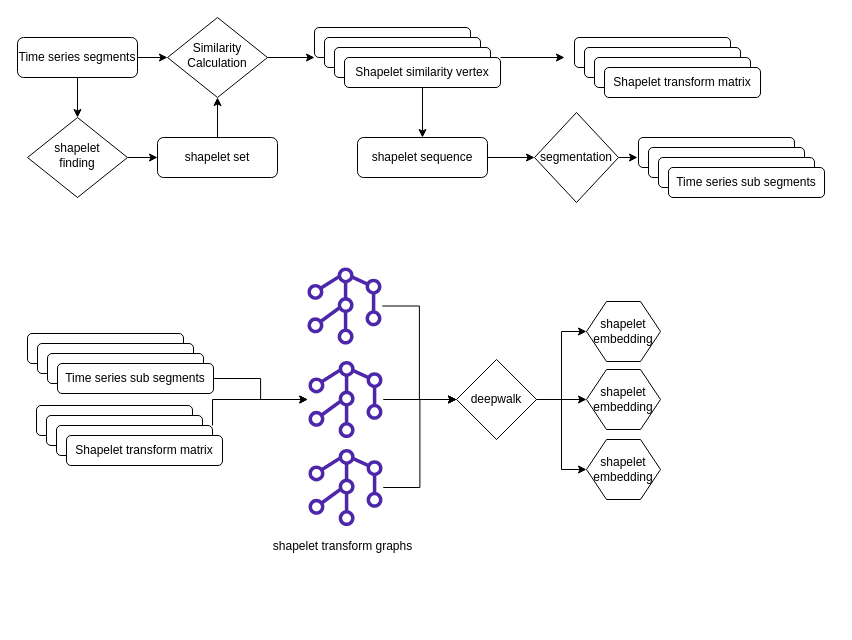
Before: page "framework" (7 of 12) of ALL.drawio in roleecorn/drawio, a draw.io diagram. Source tidied: cells renumbered, new cells numbered last; positions are measured from the earlier drawing's top-left corner, leaving out a move shared by most shapes. Both pictures are drawn from the tidied source at 100%, with x=0, y=0 at pixel (17, 17).
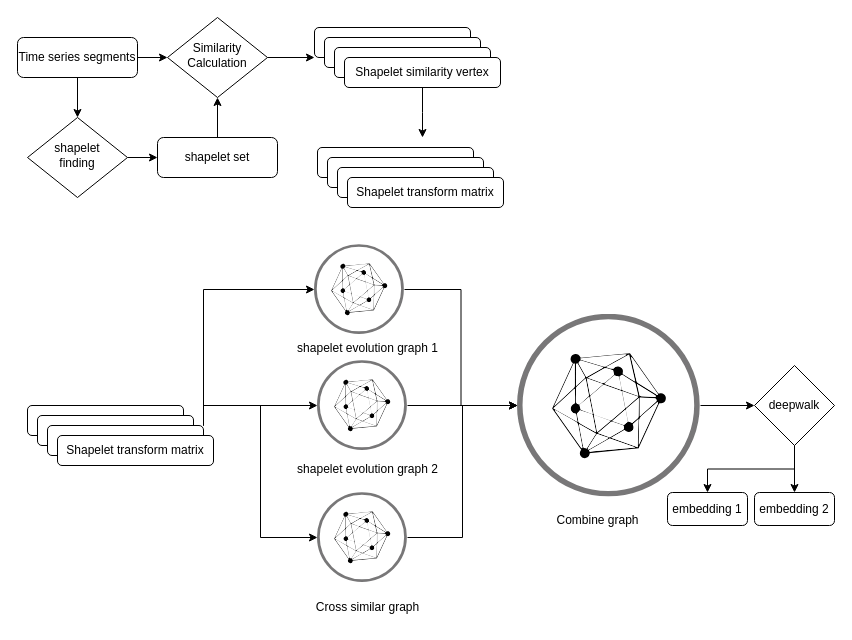
Above is the later version.

Unchanged cells that the change refers to:
```xml
<mxCell id="14" value="Shapelet similarity vertex" style="rounded=1;whiteSpace=wrap;html=1;fontSize=12;glass=0;strokeWidth=1;shadow=0;" parent="10" vertex="1">
  <mxGeometry x="30" y="30" width="156" height="30" as="geometry" />
</mxCell>
<mxCell id="25" style="rounded=1;whiteSpace=wrap;html=1;fontSize=12;glass=0;strokeWidth=1;shadow=0;" parent="22" vertex="1">
  <mxGeometry x="20" y="20" width="156" height="30" as="geometry" />
</mxCell>
```

The edit, as a diff of the source:
```diff
@@
-    <mxCell id="15" style="group;" parent="1" vertex="1">
-      <mxGeometry x="10" y="316" width="186" height="60" as="geometry" />
-    </mxCell>
-    <mxCell id="16" style="rounded=1;whiteSpace=wrap;html=1;fontSize=12;glass=0;strokeWidth=1;shadow=0;" parent="15" vertex="1">
-      <mxGeometry width="156" height="30" as="geometry" />
-    </mxCell>
-    <mxCell id="17" style="rounded=1;whiteSpace=wrap;html=1;fontSize=12;glass=0;strokeWidth=1;shadow=0;" parent="15" vertex="1">
-      <mxGeometry x="10" y="10" width="156" height="30" as="geometry" />
-    </mxCell>
-    <mxCell id="18" style="rounded=1;whiteSpace=wrap;html=1;fontSize=12;glass=0;strokeWidth=1;shadow=0;" parent="15" vertex="1">
-      <mxGeometry x="20" y="20" width="156" height="30" as="geometry" />
-    </mxCell>
-    <mxCell id="19" value="Time series sub segments" style="rounded=1;whiteSpace=wrap;html=1;fontSize=12;glass=0;strokeWidth=1;shadow=0;" parent="15" vertex="1">
-      <mxGeometry x="30" y="30" width="156" height="30" as="geometry" />
-    </mxCell>
-    <mxCell id="20" style="endArrow=classic;html=1;rounded=0;exitX=1;exitY=0;exitDx=0;exitDy=0;" parent="1" edge="1" source="14">
-      <mxGeometry relative="1" as="geometry">
-        <mxPoint x="547" y="40" as="targetPoint" />
-      </mxGeometry>
-    </mxCell>
@@
     <mxCell id="22" style="group;" parent="1" vertex="1">
-      <mxGeometry x="19" y="388" width="186" height="60" as="geometry" />
+      <mxGeometry x="10" y="388" width="186" height="60" as="geometry" />
     </mxCell>
@@
-    <mxCell id="27" style="edgeStyle=orthogonalEdgeStyle;rounded=0;jettySize=auto;html=1;entryX=0;entryY=0.5;entryDx=0;entryDy=0;" parent="1" edge="1" source="28" target="37">
-      <mxGeometry relative="1" as="geometry" />
-    </mxCell>
-    <mxCell id="28" style="sketch=0;outlineConnect=0;fontColor=#232F3E;gradientColor=none;fillColor=#4D27AA;strokeColor=none;dashed=0;verticalLabelPosition=bottom;verticalAlign=top;align=center;html=1;fontSize=12;fontStyle=0;shape=mxgraph.aws4.mesh;direction=west;" parent="1" vertex="1">
-      <mxGeometry x="288" y="250" width="78" height="77" as="geometry" />
-    </mxCell>
-    <mxCell id="29" style="edgeStyle=orthogonalEdgeStyle;rounded=0;jettySize=auto;html=1;" parent="1" edge="1" source="30">
-      <mxGeometry relative="1" as="geometry">
-        <mxPoint x="439" y="382" as="targetPoint" />
-      </mxGeometry>
-    </mxCell>
-    <mxCell id="30" style="sketch=0;outlineConnect=0;fontColor=#232F3E;gradientColor=none;fillColor=#4D27AA;strokeColor=none;dashed=0;verticalLabelPosition=bottom;verticalAlign=top;align=center;html=1;fontSize=12;fontStyle=0;shape=mxgraph.aws4.mesh;direction=west;" parent="1" vertex="1">
-      <mxGeometry x="289" y="343.5" width="78" height="77" as="geometry" />
-    </mxCell>
-    <mxCell id="31" style="edgeStyle=orthogonalEdgeStyle;rounded=0;jettySize=auto;html=1;entryX=0;entryY=0.5;entryDx=0;entryDy=0;" parent="1" edge="1" source="32" target="37">
-      <mxGeometry relative="1" as="geometry" />
-    </mxCell>
-    <mxCell id="32" style="sketch=0;outlineConnect=0;fontColor=#232F3E;gradientColor=none;fillColor=#4D27AA;strokeColor=none;dashed=0;verticalLabelPosition=bottom;verticalAlign=top;align=center;html=1;fontSize=12;fontStyle=0;shape=mxgraph.aws4.mesh;direction=west;" parent="1" vertex="1">
-      <mxGeometry x="289" y="431.5" width="78" height="77" as="geometry" />
-    </mxCell>
-    <mxCell id="33" value="shapelet transform graphs" style="text;html=1;align=center;verticalAlign=middle;strokeColor=none;fillColor=none;" parent="1" vertex="1">
-      <mxGeometry x="245" y="514" width="160" height="30" as="geometry" />
-    </mxCell>
-    <mxCell id="34" style="edgeStyle=orthogonalEdgeStyle;rounded=0;jettySize=auto;html=1;exitX=1;exitY=0.5;exitDx=0;exitDy=0;entryX=0;entryY=0.5;entryDx=0;entryDy=0;" parent="1" edge="1" source="37" target="38">
-      <mxGeometry relative="1" as="geometry" />
-    </mxCell>
-    <mxCell id="35" style="edgeStyle=orthogonalEdgeStyle;rounded=0;jettySize=auto;html=1;exitX=1;exitY=0.5;exitDx=0;exitDy=0;entryX=0;entryY=0.5;entryDx=0;entryDy=0;" parent="1" edge="1" source="37" target="39">
-      <mxGeometry relative="1" as="geometry" />
-    </mxCell>
-    <mxCell id="36" style="edgeStyle=orthogonalEdgeStyle;rounded=0;jettySize=auto;html=1;exitX=1;exitY=0.5;exitDx=0;exitDy=0;entryX=0;entryY=0.5;entryDx=0;entryDy=0;" parent="1" edge="1" source="37" target="40">
-      <mxGeometry relative="1" as="geometry" />
-    </mxCell>
+    <mxCell id="58" style="edgeStyle=orthogonalEdgeStyle;rounded=0;jettySize=auto;html=1;exitX=0.5;exitY=1;exitDx=0;exitDy=0;entryX=0.5;entryY=0;entryDx=0;entryDy=0;" parent="1" edge="1" source="37" target="74">
+      <mxGeometry relative="1" as="geometry" />
+    </mxCell>
+    <mxCell id="59" style="edgeStyle=orthogonalEdgeStyle;rounded=0;jettySize=auto;html=1;exitX=0.5;exitY=1;exitDx=0;exitDy=0;" parent="1" edge="1" source="37" target="75">
+      <mxGeometry relative="1" as="geometry" />
+    </mxCell>
     <mxCell id="37" value="deepwalk" style="rhombus;whiteSpace=wrap;html=1;" parent="1" vertex="1">
-      <mxGeometry x="439" y="342" width="80" height="80" as="geometry" />
+      <mxGeometry x="737" y="348" width="80" height="80" as="geometry" />
     </mxCell>
-    <mxCell id="38" value="shapelet embedding" style="shape=hexagon;perimeter=hexagonPerimeter2;whiteSpace=wrap;html=1;fixedSize=1;" parent="1" vertex="1">
-      <mxGeometry x="569" y="284" width="74" height="60" as="geometry" />
-    </mxCell>
-    <mxCell id="39" value="shapelet embedding" style="shape=hexagon;perimeter=hexagonPerimeter2;whiteSpace=wrap;html=1;fixedSize=1;" parent="1" vertex="1">
-      <mxGeometry x="569" y="352" width="74" height="60" as="geometry" />
-    </mxCell>
-    <mxCell id="40" value="shapelet embedding" style="shape=hexagon;perimeter=hexagonPerimeter2;whiteSpace=wrap;html=1;fixedSize=1;" parent="1" vertex="1">
-      <mxGeometry x="569" y="422" width="74" height="60" as="geometry" />
-    </mxCell>
-    <mxCell id="41" style="edgeStyle=orthogonalEdgeStyle;rounded=0;jettySize=auto;html=1;exitX=1;exitY=0.5;exitDx=0;exitDy=0;entryX=0;entryY=0.5;entryDx=0;entryDy=0;" parent="1" edge="1" source="42" target="44">
-      <mxGeometry relative="1" as="geometry" />
-    </mxCell>
-    <mxCell id="42" value="shapelet sequence" style="rounded=1;whiteSpace=wrap;html=1;" parent="1" vertex="1">
-      <mxGeometry x="340" y="120" width="130" height="40" as="geometry" />
-    </mxCell>
-    <mxCell id="43" style="edgeStyle=orthogonalEdgeStyle;rounded=0;jettySize=auto;html=1;exitX=1;exitY=0.5;exitDx=0;exitDy=0;" parent="1" edge="1" source="44">
-      <mxGeometry relative="1" as="geometry">
-        <mxPoint x="620" y="140" as="targetPoint" />
-      </mxGeometry>
-    </mxCell>
-    <mxCell id="44" value="segmentation" style="rhombus;whiteSpace=wrap;html=1;" parent="1" vertex="1">
-      <mxGeometry x="517" y="95" width="84" height="90" as="geometry" />
-    </mxCell>
-    <mxCell id="45" style="edgeStyle=orthogonalEdgeStyle;rounded=0;jettySize=auto;html=1;exitX=0.5;exitY=1;exitDx=0;exitDy=0;entryX=0.5;entryY=0;entryDx=0;entryDy=0;" parent="1" edge="1" source="14" target="42">
-      <mxGeometry relative="1" as="geometry" />
+    <mxCell id="45" style="edgeStyle=orthogonalEdgeStyle;rounded=0;jettySize=auto;html=1;exitX=0.5;exitY=1;exitDx=0;exitDy=0;entryX=0.5;entryY=0;entryDx=0;entryDy=0;" parent="1" edge="1" source="14">
+      <mxGeometry relative="1" as="geometry">
+        <mxPoint x="405" y="120" as="targetPoint" />
+      </mxGeometry>
     </mxCell>
     <mxCell id="46" style="group;" parent="1" vertex="1">
-      <mxGeometry x="557" y="20" width="186" height="60" as="geometry" />
+      <mxGeometry x="300" y="130" width="186" height="60" as="geometry" />
     </mxCell>
@@
-    <mxCell id="51" style="group;" parent="1" vertex="1">
-      <mxGeometry x="621" y="120" width="186" height="60" as="geometry" />
-    </mxCell>
-    <mxCell id="52" style="rounded=1;whiteSpace=wrap;html=1;fontSize=12;glass=0;strokeWidth=1;shadow=0;" parent="51" vertex="1">
-      <mxGeometry width="156" height="30" as="geometry" />
-    </mxCell>
-    <mxCell id="53" style="rounded=1;whiteSpace=wrap;html=1;fontSize=12;glass=0;strokeWidth=1;shadow=0;" parent="51" vertex="1">
-      <mxGeometry x="10" y="10" width="156" height="30" as="geometry" />
-    </mxCell>
-    <mxCell id="54" style="rounded=1;whiteSpace=wrap;html=1;fontSize=12;glass=0;strokeWidth=1;shadow=0;" parent="51" vertex="1">
-      <mxGeometry x="20" y="20" width="156" height="30" as="geometry" />
-    </mxCell>
-    <mxCell id="55" value="Time series sub segments" style="rounded=1;whiteSpace=wrap;html=1;fontSize=12;glass=0;strokeWidth=1;shadow=0;" parent="51" vertex="1">
-      <mxGeometry x="30" y="30" width="156" height="30" as="geometry" />
-    </mxCell>
-    <mxCell id="56" style="edgeStyle=orthogonalEdgeStyle;rounded=0;jettySize=auto;html=1;exitX=1;exitY=0.5;exitDx=0;exitDy=0;" parent="1" edge="1" source="19" target="30">
-      <mxGeometry relative="1" as="geometry" />
-    </mxCell>
-    <mxCell id="57" style="edgeStyle=orthogonalEdgeStyle;rounded=0;jettySize=auto;html=1;exitX=1;exitY=0;exitDx=0;exitDy=0;" parent="1" edge="1" source="25" target="30">
-      <mxGeometry relative="1" as="geometry" />
-    </mxCell>
+    <mxCell id="60" style="edgeStyle=orthogonalEdgeStyle;rounded=0;jettySize=auto;html=1;exitX=1;exitY=0.5;exitDx=0;exitDy=0;" parent="1" edge="1" source="61" target="72">
+      <mxGeometry relative="1" as="geometry" />
+    </mxCell>
+    <mxCell id="61" style="image;perimeter=ellipsePerimeter;html=1;align=center;shadow=0;dashed=0;fontColor=#4277BB;labelBackgroundColor=default;fontSize=12;spacingTop=3;image=img/lib/ibm/blockchain/hyperledger_fabric.svg;" parent="1" vertex="1">
+      <mxGeometry x="297" y="227" width="90" height="90" as="geometry" />
+    </mxCell>
+    <mxCell id="33" value="shapelet&amp;nbsp;evolution graph 1" style="text;html=1;align=center;verticalAlign=middle;strokeColor=none;fillColor=none;" parent="1" vertex="1">
+      <mxGeometry x="270" y="316" width="160" height="30" as="geometry" />
+    </mxCell>
+    <mxCell id="62" value="shapelet&amp;nbsp;evolution graph 2" style="text;html=1;align=center;verticalAlign=middle;strokeColor=none;fillColor=none;" parent="1" vertex="1">
+      <mxGeometry x="270" y="437" width="160" height="30" as="geometry" />
+    </mxCell>
+    <mxCell id="63" value="Cross similar graph" style="text;html=1;align=center;verticalAlign=middle;strokeColor=none;fillColor=none;" parent="1" vertex="1">
+      <mxGeometry x="285" y="575" width="130" height="30" as="geometry" />
+    </mxCell>
+    <mxCell id="64" style="edgeStyle=orthogonalEdgeStyle;rounded=0;jettySize=auto;html=1;exitX=1;exitY=0.5;exitDx=0;exitDy=0;" parent="1" edge="1" source="65" target="72">
+      <mxGeometry relative="1" as="geometry" />
+    </mxCell>
+    <mxCell id="65" style="image;perimeter=ellipsePerimeter;html=1;align=center;shadow=0;dashed=0;fontColor=#4277BB;labelBackgroundColor=default;fontSize=12;spacingTop=3;image=img/lib/ibm/blockchain/hyperledger_fabric.svg;" parent="1" vertex="1">
+      <mxGeometry x="300" y="343" width="90" height="90" as="geometry" />
+    </mxCell>
+    <mxCell id="66" style="edgeStyle=orthogonalEdgeStyle;rounded=0;jettySize=auto;html=1;exitX=1;exitY=0.5;exitDx=0;exitDy=0;entryX=0;entryY=0.5;entryDx=0;entryDy=0;" parent="1" edge="1" source="67" target="72">
+      <mxGeometry relative="1" as="geometry" />
+    </mxCell>
+    <mxCell id="67" style="image;perimeter=ellipsePerimeter;html=1;align=center;shadow=0;dashed=0;fontColor=#4277BB;labelBackgroundColor=default;fontSize=12;spacingTop=3;image=img/lib/ibm/blockchain/hyperledger_fabric.svg;" parent="1" vertex="1">
+      <mxGeometry x="300" y="475" width="90" height="90" as="geometry" />
+    </mxCell>
+    <mxCell id="68" style="edgeStyle=orthogonalEdgeStyle;rounded=0;jettySize=auto;html=1;exitX=1;exitY=0;exitDx=0;exitDy=0;entryX=0;entryY=0.5;entryDx=0;entryDy=0;" parent="1" edge="1" source="25" target="61">
+      <mxGeometry relative="1" as="geometry" />
+    </mxCell>
+    <mxCell id="69" style="edgeStyle=orthogonalEdgeStyle;rounded=0;jettySize=auto;html=1;exitX=1;exitY=0;exitDx=0;exitDy=0;" parent="1" edge="1" source="25" target="65">
+      <mxGeometry relative="1" as="geometry" />
+    </mxCell>
+    <mxCell id="70" style="edgeStyle=orthogonalEdgeStyle;rounded=0;jettySize=auto;html=1;exitX=1;exitY=0;exitDx=0;exitDy=0;entryX=0;entryY=0.5;entryDx=0;entryDy=0;" parent="1" edge="1" source="25" target="67">
+      <mxGeometry relative="1" as="geometry" />
+    </mxCell>
+    <mxCell id="71" style="edgeStyle=orthogonalEdgeStyle;rounded=0;jettySize=auto;html=1;exitX=1;exitY=0.5;exitDx=0;exitDy=0;entryX=0;entryY=0.5;entryDx=0;entryDy=0;" parent="1" edge="1" source="72" target="37">
+      <mxGeometry relative="1" as="geometry" />
+    </mxCell>
+    <mxCell id="72" style="image;perimeter=ellipsePerimeter;html=1;align=center;shadow=0;dashed=0;fontColor=#4277BB;labelBackgroundColor=default;fontSize=12;spacingTop=3;image=img/lib/ibm/blockchain/hyperledger_fabric.svg;" parent="1" vertex="1">
+      <mxGeometry x="500" y="296.5" width="183" height="183" as="geometry" />
+    </mxCell>
+    <mxCell id="73" value="Combine graph" style="text;html=1;align=center;verticalAlign=middle;strokeColor=none;fillColor=none;" parent="1" vertex="1">
+      <mxGeometry x="525" y="488" width="110" height="30" as="geometry" />
+    </mxCell>
+    <mxCell id="74" value="embedding 1" style="rounded=1;whiteSpace=wrap;html=1;" parent="1" vertex="1">
+      <mxGeometry x="650" y="475" width="80" height="33" as="geometry" />
+    </mxCell>
+    <mxCell id="75" value="embedding 2" style="rounded=1;whiteSpace=wrap;html=1;" parent="1" vertex="1">
+      <mxGeometry x="737" y="475" width="80" height="33" as="geometry" />
+    </mxCell>
```
